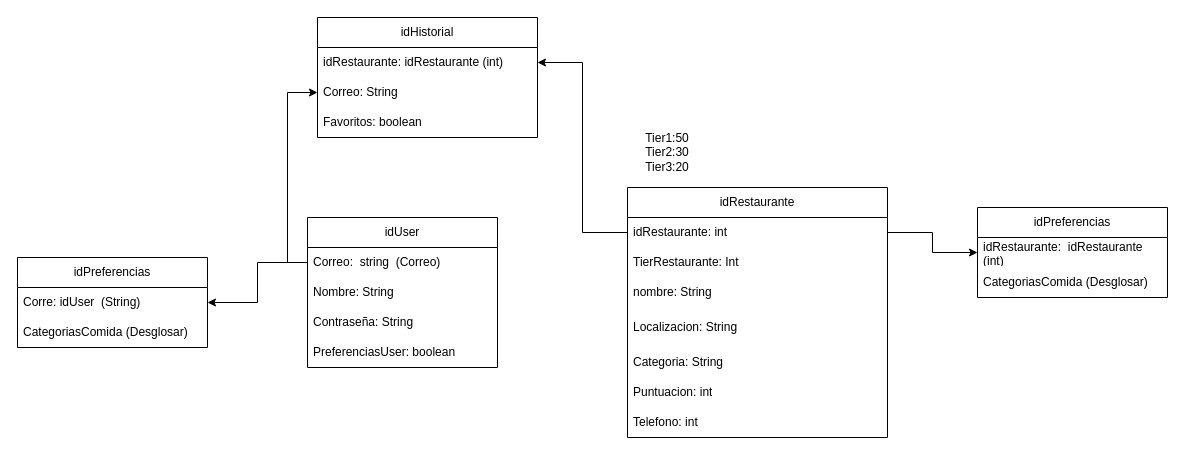
Above: Entidad_relacion.drawio in medinadvd/-amFood (draw.io), before the change. Source tidied: cells renumbered, new cells numbered last; positions are measured from the earlier drawing's top-left corner, leaving out a move shared by most shapes. Both pictures are drawn from the tidied source at 100%, with x=0, y=0 at pixel (17, 17).
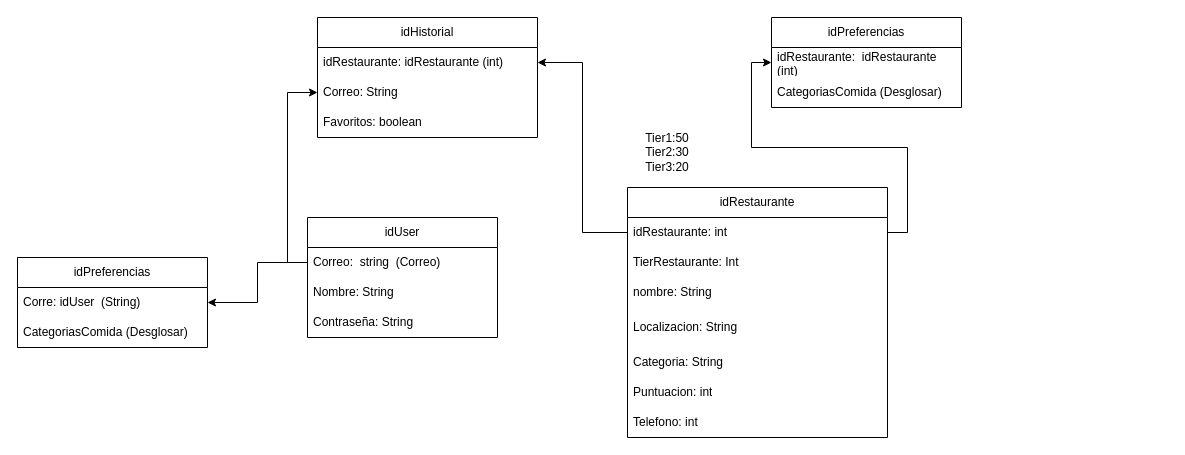
After the change.

Change to the diagram source:
```diff
@@
     <mxCell id="11" value="idPreferencias" style="swimlane;fontStyle=0;horizontal=1;startSize=30;whiteSpace=wrap;html=1;" parent="1" vertex="1">
-      <mxGeometry x="960" y="190" width="190" height="90" as="geometry" />
+      <mxGeometry x="754" width="190" height="90" as="geometry" />
     </mxCell>
@@
     <mxCell id="15" value="idUser" style="swimlane;fontStyle=0;horizontal=1;startSize=30;whiteSpace=wrap;html=1;" parent="1" vertex="1">
-      <mxGeometry x="290" y="200" width="190" height="150" as="geometry" />
+      <mxGeometry x="290" y="200" width="190" height="120" as="geometry" />
     </mxCell>
@@
-    <mxCell id="19" value="PreferenciasUser: boolean" style="text;strokeColor=none;fillColor=none;align=left;verticalAlign=middle;spacingLeft=4;spacingRight=4;overflow=hidden;whiteSpace=wrap;html=1;" parent="15" vertex="1">
-      <mxGeometry y="120" width="190" height="30" as="geometry" />
-    </mxCell>
```
